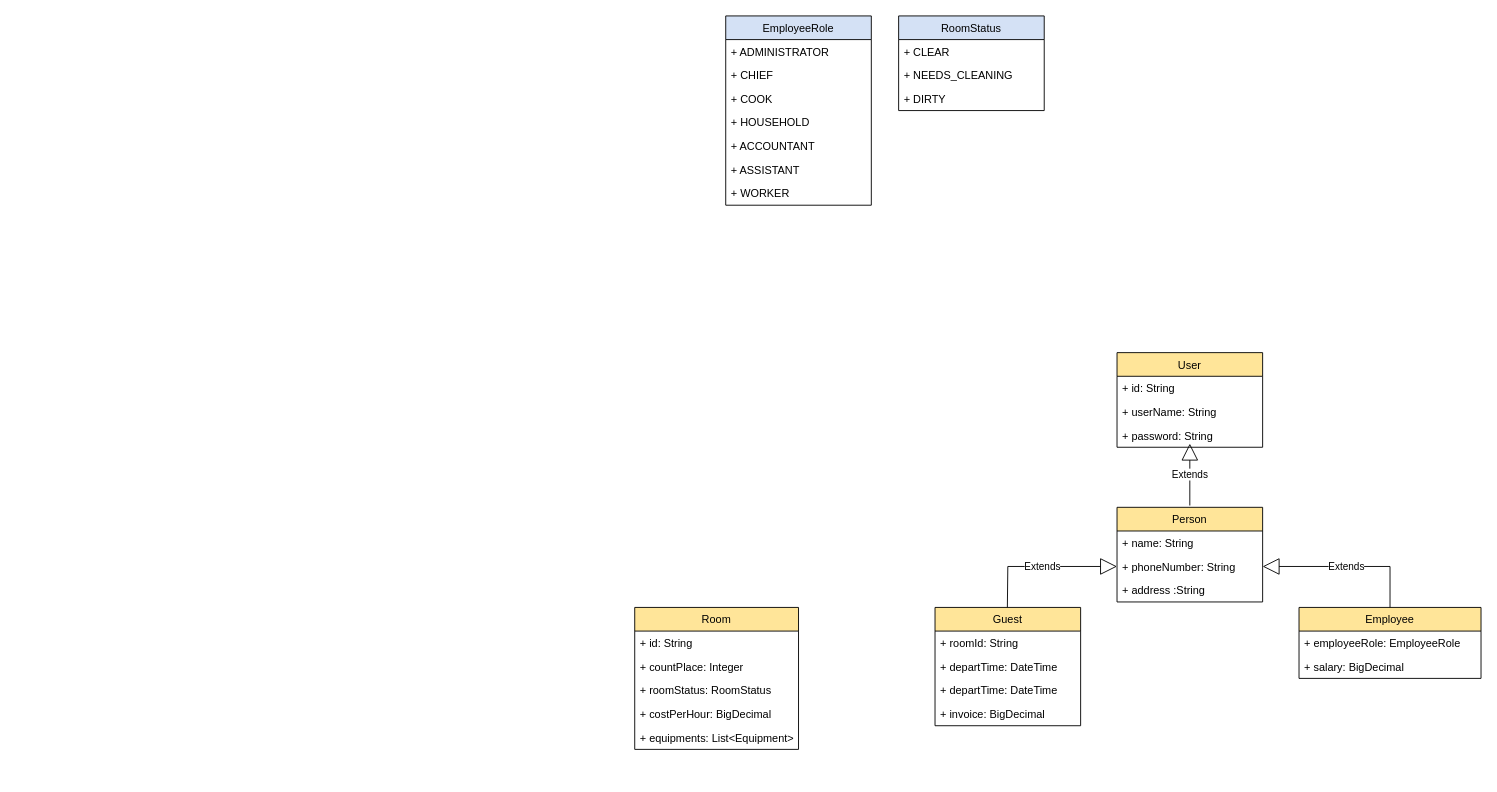
dima3sh/repo keeps this draw.io diagram as Untitled Diagram.drawio. Above is the earlier version. Source tidied: cells renumbered, new cells numbered last; positions are measured from the earlier drawing's top-left corner, leaving out a move shared by most shapes. Both pictures are drawn from the tidied source at 91%, with x=0, y=0 at pixel (634, 15).
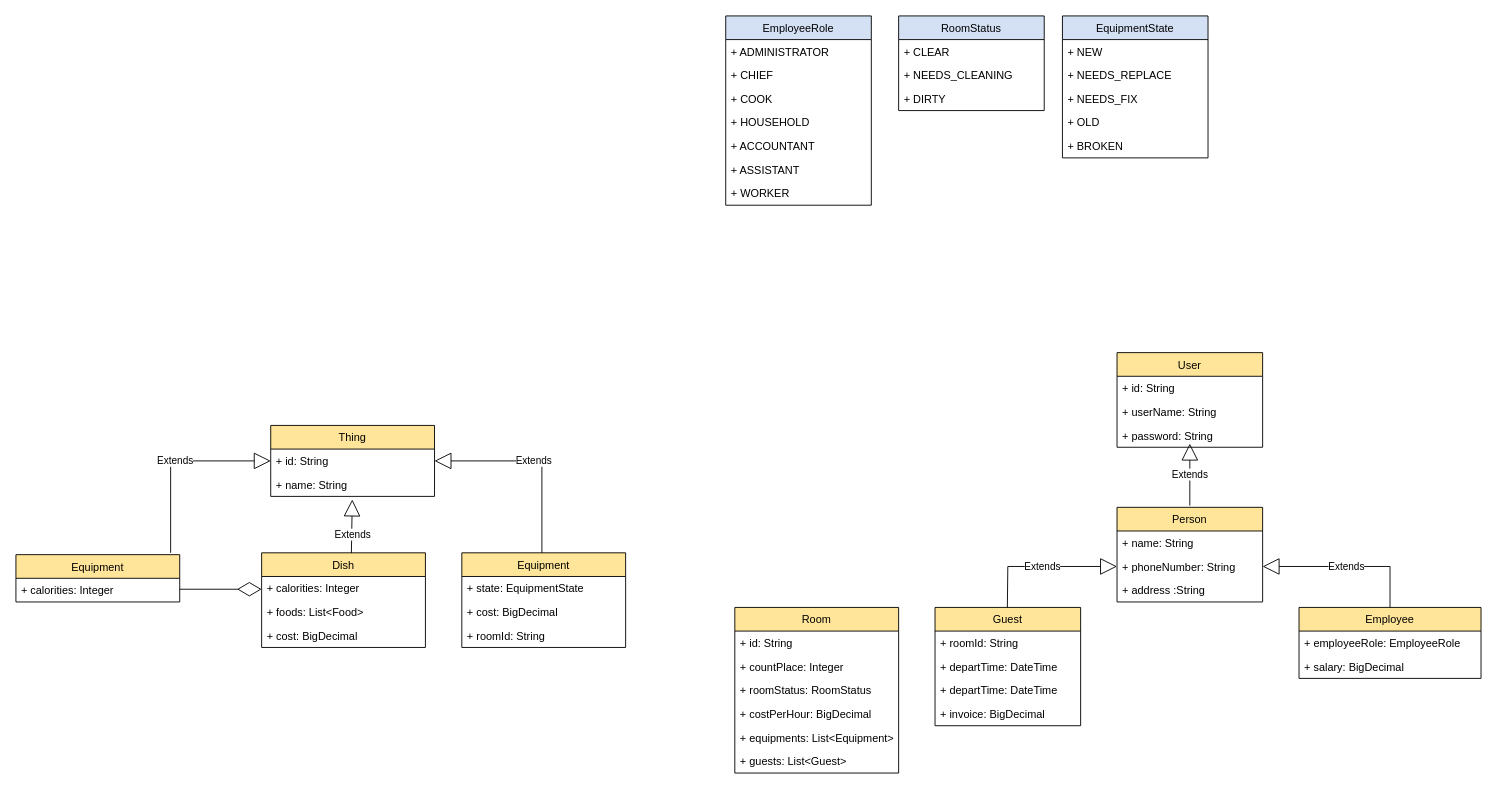
The same diagram, later.

Change to the diagram source:
```diff
@@
     <mxCell id="29" value="Room" style="swimlane;fontStyle=0;horizontal=1;startSize=26;fillColor=#FFE599;" parent="1" vertex="1">
-      <mxGeometry y="650" width="180" height="156" as="geometry" />
+      <mxGeometry x="110" y="650" width="180" height="182" as="geometry" />
     </mxCell>
@@
+    <mxCell id="39" value="+ guests: List&lt;Guest&gt;" style="text;strokeColor=none;fillColor=none;align=left;verticalAlign=top;spacingLeft=4;spacingRight=4;overflow=hidden;" parent="29" vertex="1">
+      <mxGeometry y="156" width="180" height="26" as="geometry" />
+    </mxCell>
@@
+    <mxCell id="40" value="Equipment" style="swimlane;fontStyle=0;horizontal=1;startSize=26;fillColor=#FFE599;" parent="1" vertex="1">
+      <mxGeometry x="-190" y="590" width="180" height="104" as="geometry" />
+    </mxCell>
+    <mxCell id="41" value="+ state: EquipmentState" style="text;strokeColor=none;fillColor=none;align=left;verticalAlign=top;spacingLeft=4;spacingRight=4;overflow=hidden;" parent="40" vertex="1">
+      <mxGeometry y="26" width="180" height="26" as="geometry" />
+    </mxCell>
+    <mxCell id="42" value="+ cost: BigDecimal" style="text;strokeColor=none;fillColor=none;align=left;verticalAlign=top;spacingLeft=4;spacingRight=4;overflow=hidden;" parent="40" vertex="1">
+      <mxGeometry y="52" width="180" height="26" as="geometry" />
+    </mxCell>
+    <mxCell id="43" value="+ roomId: String" style="text;strokeColor=none;fillColor=none;align=left;verticalAlign=top;spacingLeft=4;spacingRight=4;overflow=hidden;" parent="40" vertex="1">
+      <mxGeometry y="78" width="180" height="26" as="geometry" />
+    </mxCell>
+    <mxCell id="44" value="EquipmentState" style="swimlane;fontStyle=0;horizontal=1;startSize=26;fillColor=#D4E1F5;" parent="1" vertex="1">
+      <mxGeometry x="470" width="160" height="156" as="geometry" />
+    </mxCell>
+    <mxCell id="45" value="+ NEW" style="text;strokeColor=none;fillColor=none;align=left;verticalAlign=top;spacingLeft=4;spacingRight=4;overflow=hidden;" parent="44" vertex="1">
+      <mxGeometry y="26" width="160" height="26" as="geometry" />
+    </mxCell>
+    <mxCell id="46" value="+ NEEDS_REPLACE" style="text;strokeColor=none;fillColor=none;align=left;verticalAlign=top;spacingLeft=4;spacingRight=4;overflow=hidden;" parent="44" vertex="1">
+      <mxGeometry y="52" width="160" height="26" as="geometry" />
+    </mxCell>
+    <mxCell id="47" value="+ NEEDS_FIX" style="text;strokeColor=none;fillColor=none;align=left;verticalAlign=top;spacingLeft=4;spacingRight=4;overflow=hidden;" parent="44" vertex="1">
+      <mxGeometry y="78" width="160" height="26" as="geometry" />
+    </mxCell>
+    <mxCell id="48" value="+ OLD" style="text;strokeColor=none;fillColor=none;align=left;verticalAlign=top;spacingLeft=4;spacingRight=4;overflow=hidden;" parent="44" vertex="1">
+      <mxGeometry y="104" width="160" height="26" as="geometry" />
+    </mxCell>
+    <mxCell id="49" value="+ BROKEN" style="text;strokeColor=none;fillColor=none;align=left;verticalAlign=top;spacingLeft=4;spacingRight=4;overflow=hidden;" parent="44" vertex="1">
+      <mxGeometry y="130" width="160" height="26" as="geometry" />
+    </mxCell>
+    <mxCell id="50" value="Thing" style="swimlane;fontStyle=0;horizontal=1;startSize=26;fillColor=#FFE599;" parent="1" vertex="1">
+      <mxGeometry x="-400" y="450" width="180" height="78" as="geometry" />
+    </mxCell>
+    <mxCell id="51" value="+ id: String" style="text;strokeColor=none;fillColor=none;align=left;verticalAlign=top;spacingLeft=4;spacingRight=4;overflow=hidden;points=[[0,0.5],[1,0.5]];portConstraint=eastwest;" parent="50" vertex="1">
+      <mxGeometry y="26" width="180" height="26" as="geometry" />
+    </mxCell>
+    <mxCell id="52" value="+ name: String" style="text;strokeColor=none;fillColor=none;align=left;verticalAlign=top;spacingLeft=4;spacingRight=4;overflow=hidden;points=[[0,0.5],[1,0.5]];portConstraint=eastwest;" parent="50" vertex="1">
+      <mxGeometry y="52" width="180" height="26" as="geometry" />
+    </mxCell>
+    <mxCell id="53" value="Extends" style="endArrow=block;endSize=16;endFill=0;html=1;rounded=0;entryX=1;entryY=0.5;entryDx=0;entryDy=0;fillColor=#FFE599;" parent="1" edge="1" target="51">
+      <mxGeometry relative="1" as="geometry">
+        <mxPoint x="-102" y="590" as="sourcePoint" />
+        <Array as="points">
+          <mxPoint x="-102" y="489" />
+        </Array>
+      </mxGeometry>
+    </mxCell>
+    <mxCell id="54" value="Equipment" style="swimlane;fontStyle=0;horizontal=1;startSize=26;fillColor=#FFE599;" parent="1" vertex="1">
+      <mxGeometry x="-680" y="592" width="180" height="52" as="geometry" />
+    </mxCell>
+    <mxCell id="55" value="+ calorities: Integer " style="text;strokeColor=none;fillColor=none;align=left;verticalAlign=top;spacingLeft=4;spacingRight=4;overflow=hidden;" parent="54" vertex="1">
+      <mxGeometry y="26" width="180" height="26" as="geometry" />
+    </mxCell>
+    <mxCell id="56" value="Extends" style="endArrow=block;endSize=16;endFill=0;html=1;rounded=0;entryX=0;entryY=0.5;entryDx=0;entryDy=0;fillColor=#FFE599;" parent="1" edge="1" target="51">
+      <mxGeometry relative="1" as="geometry">
+        <mxPoint x="-510" y="590" as="sourcePoint" />
+        <Array as="points">
+          <mxPoint x="-510" y="489" />
+        </Array>
+      </mxGeometry>
+    </mxCell>
+    <mxCell id="57" value="Dish" style="swimlane;fontStyle=0;horizontal=1;startSize=26;fillColor=#FFE599;" parent="1" vertex="1">
+      <mxGeometry x="-410" y="590" width="180" height="104" as="geometry" />
+    </mxCell>
+    <mxCell id="58" value="+ calorities: Integer" style="text;strokeColor=none;fillColor=none;align=left;verticalAlign=top;spacingLeft=4;spacingRight=4;overflow=hidden;" parent="57" vertex="1">
+      <mxGeometry y="26" width="180" height="26" as="geometry" />
+    </mxCell>
+    <mxCell id="59" value="+ foods: List&lt;Food&gt;" style="text;strokeColor=none;fillColor=none;align=left;verticalAlign=top;spacingLeft=4;spacingRight=4;overflow=hidden;" parent="57" vertex="1">
+      <mxGeometry y="52" width="180" height="26" as="geometry" />
+    </mxCell>
+    <mxCell id="60" value="+ cost: BigDecimal" style="text;strokeColor=none;fillColor=none;align=left;verticalAlign=top;spacingLeft=4;spacingRight=4;overflow=hidden;" parent="57" vertex="1">
+      <mxGeometry y="78" width="180" height="26" as="geometry" />
+    </mxCell>
+    <mxCell id="61" value="Extends" style="endArrow=block;endSize=16;endFill=0;html=1;rounded=0;fillColor=#FFE599;entryX=0.498;entryY=1.132;entryDx=0;entryDy=0;entryPerimeter=0;exitX=0.548;exitY=0.003;exitDx=0;exitDy=0;exitPerimeter=0;" parent="1" edge="1" source="57" target="52">
+      <mxGeometry x="-0.31" y="-1" relative="1" as="geometry" />
+    </mxCell>
+    <mxCell id="62" style="endArrow=diamondThin;endFill=0;endSize=24;html=1;rounded=0;fillColor=#FFE599;" parent="1" edge="1">
+      <mxGeometry relative="1" as="geometry">
+        <mxPoint x="-500" y="630" as="sourcePoint" />
+        <mxPoint x="-410" y="630" as="targetPoint" />
+      </mxGeometry>
+    </mxCell>
```
